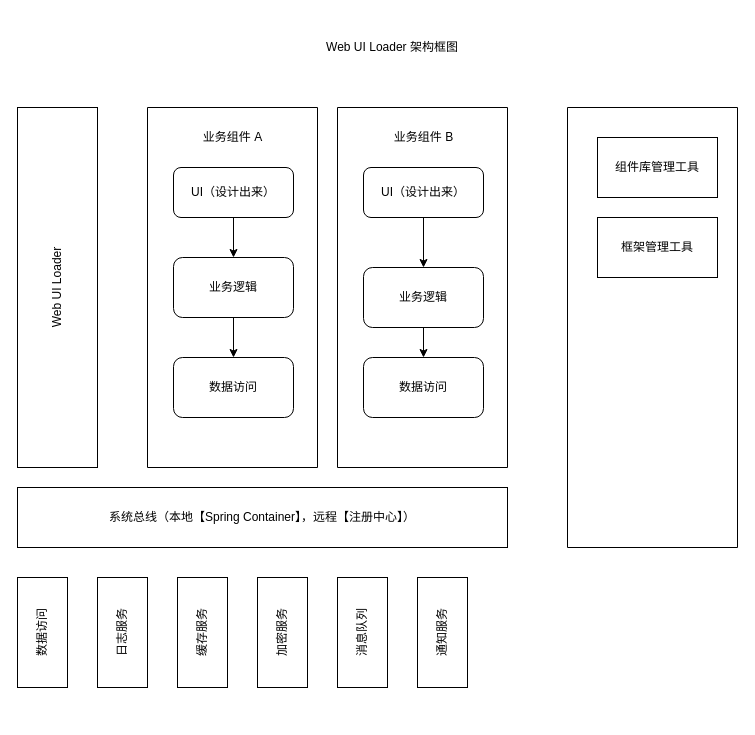
The draw.io diagram project01/Untitled Diagram.drawio in wilson9898/firstgitproject, before the edit. Source tidied: cells renumbered, new cells numbered last; positions are measured from the earlier drawing's top-left corner, leaving out a move shared by most shapes. Both pictures are drawn from the tidied source at 100%, with x=0, y=0 at pixel (17, 17).
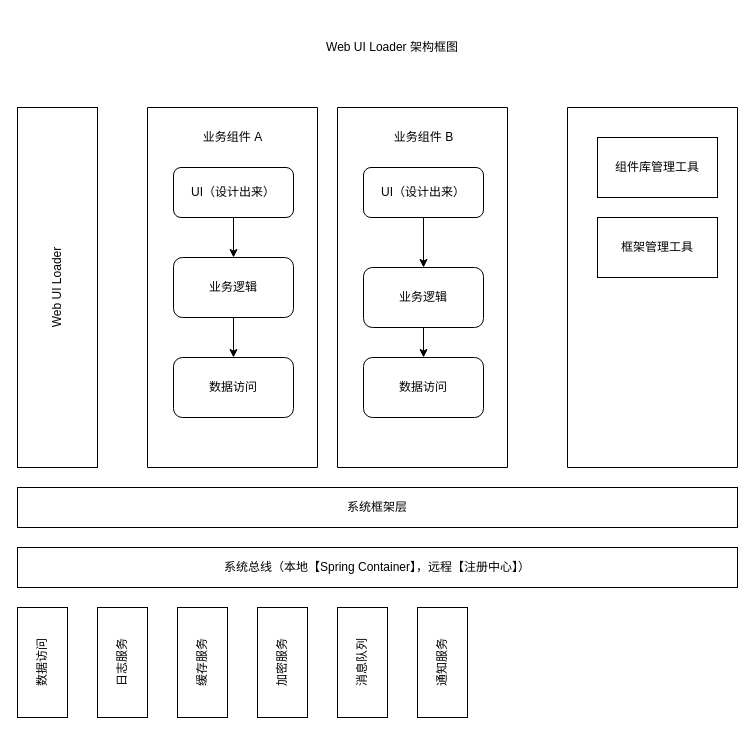
After the change.

Commit message:
系统架构设计

Change to the diagram source:
```diff
@@
     <mxCell id="4" value="系统总线（本地【Spring Container】，远程【注册中心】）" style="rounded=0;whiteSpace=wrap;html=1;" parent="1" vertex="1">
-      <mxGeometry y="470" width="490" height="60" as="geometry" />
+      <mxGeometry y="530" width="720" height="40" as="geometry" />
     </mxCell>
@@
     <mxCell id="19" style="swimlane;startSize=0;" parent="1" vertex="1">
-      <mxGeometry x="550" y="90" width="170" height="440" as="geometry" />
+      <mxGeometry x="550" y="90" width="170" height="360" as="geometry" />
     </mxCell>
@@
     <mxCell id="22" value="数据访问" style="rounded=0;whiteSpace=wrap;html=1;horizontal=0;" parent="1" vertex="1">
-      <mxGeometry y="560" width="50" height="110" as="geometry" />
+      <mxGeometry y="590" width="50" height="110" as="geometry" />
     </mxCell>
     <mxCell id="23" value="日志服务" style="rounded=0;whiteSpace=wrap;html=1;horizontal=0;" parent="1" vertex="1">
-      <mxGeometry x="80" y="560" width="50" height="110" as="geometry" />
+      <mxGeometry x="80" y="590" width="50" height="110" as="geometry" />
     </mxCell>
     <mxCell id="24" value="缓存服务" style="rounded=0;whiteSpace=wrap;html=1;horizontal=0;" parent="1" vertex="1">
-      <mxGeometry x="160" y="560" width="50" height="110" as="geometry" />
+      <mxGeometry x="160" y="590" width="50" height="110" as="geometry" />
     </mxCell>
     <mxCell id="25" value="加密服务" style="rounded=0;whiteSpace=wrap;html=1;horizontal=0;" parent="1" vertex="1">
-      <mxGeometry x="240" y="560" width="50" height="110" as="geometry" />
+      <mxGeometry x="240" y="590" width="50" height="110" as="geometry" />
     </mxCell>
     <mxCell id="26" value="消息队列" style="rounded=0;whiteSpace=wrap;html=1;horizontal=0;" parent="1" vertex="1">
-      <mxGeometry x="320" y="560" width="50" height="110" as="geometry" />
+      <mxGeometry x="320" y="590" width="50" height="110" as="geometry" />
     </mxCell>
     <mxCell id="27" value="通知服务" style="rounded=0;whiteSpace=wrap;html=1;horizontal=0;" parent="1" vertex="1">
-      <mxGeometry x="400" y="560" width="50" height="110" as="geometry" />
+      <mxGeometry x="400" y="590" width="50" height="110" as="geometry" />
     </mxCell>
+    <mxCell id="28" value="系统框架层" style="rounded=0;whiteSpace=wrap;html=1;" parent="1" vertex="1">
+      <mxGeometry y="470" width="720" height="40" as="geometry" />
+    </mxCell>
```
